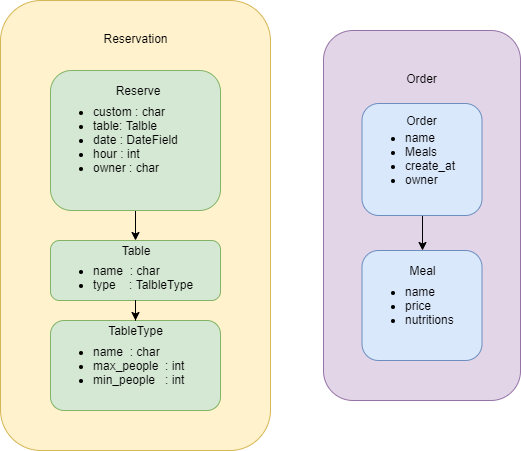
jaywang-EE/664_evergreenPOS keeps this draw.io diagram as dateset/discription.png. Above is the earlier version. Source tidied: cells renumbered, new cells last; positions are measured from the earlier drawing's top-left corner, leaving out a move shared by most shapes.
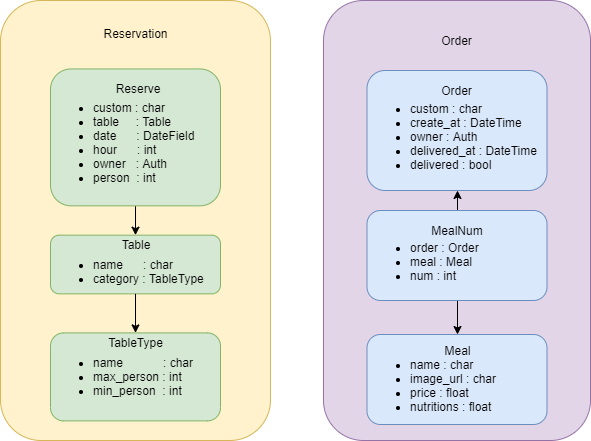
After the change.

Diff of the diagram source:
```diff
@@ -3,16 +3,16 @@
     <mxCell id="0" />
     <mxCell id="1" parent="0" />
     <mxCell id="2" style="group;" parent="1" vertex="1">
-      <mxGeometry width="270" height="450" as="geometry" />
+      <mxGeometry width="270" height="440" as="geometry" />
     </mxCell>
     <mxCell id="3" value="Reservation&lt;br&gt;&lt;br&gt;&lt;br&gt;&lt;br&gt;&lt;br&gt;&lt;br&gt;&lt;br&gt;&lt;br&gt;&lt;br&gt;&lt;br&gt;&lt;br&gt;&lt;br&gt;&lt;br&gt;&lt;br&gt;&lt;br&gt;&lt;br&gt;&lt;br&gt;&lt;br&gt;&lt;br&gt;&lt;br&gt;&lt;br&gt;&lt;br&gt;&lt;br&gt;&lt;br&gt;&lt;br&gt;&lt;br&gt;&lt;br&gt;" style="rounded=1;whiteSpace=wrap;html=1;fillColor=#fff2cc;strokeColor=#d6b656;" parent="2" vertex="1">
-      <mxGeometry width="270" height="450" as="geometry" />
+      <mxGeometry width="270" height="440" as="geometry" />
     </mxCell>
-    <mxCell id="4" value="&lt;div&gt;&lt;br&gt;&lt;/div&gt;&lt;ul&gt;&lt;li&gt;name&amp;nbsp; : char&lt;/li&gt;&lt;li&gt;type&amp;nbsp; &amp;nbsp; : TalbleType&lt;/li&gt;&lt;/ul&gt;" style="rounded=1;whiteSpace=wrap;html=1;align=left;fillColor=#d5e8d4;strokeColor=#82b366;" parent="2" vertex="1">
-      <mxGeometry x="50" y="240" width="170" height="60" as="geometry" />
+    <mxCell id="4" value="&lt;div&gt;&lt;br&gt;&lt;/div&gt;&lt;ul&gt;&lt;li&gt;name&amp;nbsp; &amp;nbsp; &amp;nbsp; : char&lt;/li&gt;&lt;li&gt;category : TableType&lt;/li&gt;&lt;/ul&gt;" style="rounded=1;whiteSpace=wrap;html=1;align=left;fillColor=#d5e8d4;strokeColor=#82b366;" parent="2" vertex="1">
+      <mxGeometry x="50" y="234.7" width="170" height="58.7" as="geometry" />
     </mxCell>
-    <mxCell id="5" value="&lt;ul&gt;&lt;li&gt;name&amp;nbsp; : char&lt;/li&gt;&lt;li&gt;max_people&amp;nbsp; : int&lt;/li&gt;&lt;li&gt;min_people&amp;nbsp; &amp;nbsp;: int&lt;/li&gt;&lt;/ul&gt;" style="rounded=1;whiteSpace=wrap;html=1;align=left;fillColor=#d5e8d4;strokeColor=#82b366;" parent="2" vertex="1">
-      <mxGeometry x="50" y="320" width="170" height="90" as="geometry" />
+    <mxCell id="5" value="&lt;ul&gt;&lt;li&gt;name&amp;nbsp; &amp;nbsp; &amp;nbsp; &amp;nbsp; &amp;nbsp; &amp;nbsp; : char&lt;/li&gt;&lt;li&gt;max_person : int&lt;/li&gt;&lt;li&gt;min_person&amp;nbsp; : int&lt;/li&gt;&lt;/ul&gt;" style="rounded=1;whiteSpace=wrap;html=1;align=left;fillColor=#d5e8d4;strokeColor=#82b366;" parent="2" vertex="1">
+      <mxGeometry x="50" y="332.4" width="170" height="88" as="geometry" />
     </mxCell>
     <mxCell id="6" style="edgeStyle=orthogonalEdgeStyle;rounded=0;jettySize=auto;html=1;" parent="2" edge="1" source="4" target="5">
       <mxGeometry relative="1" as="geometry" />
@@ -20,38 +20,47 @@
     <mxCell id="7" style="edgeStyle=orthogonalEdgeStyle;rounded=0;jettySize=auto;html=1;" parent="2" edge="1" source="8" target="4">
       <mxGeometry relative="1" as="geometry" />
     </mxCell>
-    <mxCell id="8" value="&lt;ul&gt;&lt;li&gt;custom : char&lt;/li&gt;&lt;li&gt;table: Talble&lt;/li&gt;&lt;li&gt;date : DateField&lt;/li&gt;&lt;li&gt;hour : int&lt;/li&gt;&lt;li&gt;owner : char&lt;/li&gt;&lt;/ul&gt;" style="rounded=1;whiteSpace=wrap;html=1;align=left;fillColor=#d5e8d4;strokeColor=#82b366;" parent="2" vertex="1">
-      <mxGeometry x="50" y="70" width="170" height="140" as="geometry" />
+    <mxCell id="8" value="&lt;div&gt;&lt;br&gt;&lt;/div&gt;&lt;ul&gt;&lt;li&gt;custom : char&lt;/li&gt;&lt;li&gt;table&amp;nbsp; &amp;nbsp; &amp;nbsp;: Table&lt;/li&gt;&lt;li&gt;date&amp;nbsp; &amp;nbsp; &amp;nbsp; : DateField&lt;/li&gt;&lt;li&gt;hour&amp;nbsp; &amp;nbsp; &amp;nbsp; : int&lt;/li&gt;&lt;li&gt;owner&amp;nbsp; &amp;nbsp;: Auth&lt;/li&gt;&lt;li&gt;person&amp;nbsp; : int&lt;br&gt;&lt;/li&gt;&lt;/ul&gt;" style="rounded=1;whiteSpace=wrap;html=1;align=left;fillColor=#d5e8d4;strokeColor=#82b366;" parent="2" vertex="1">
+      <mxGeometry x="50" y="68.4" width="170" height="136.9" as="geometry" />
     </mxCell>
     <mxCell id="9" value="Reserve" style="text;html=1;strokeColor=none;fillColor=none;align=center;verticalAlign=middle;whiteSpace=wrap;rounded=0;" parent="2" vertex="1">
-      <mxGeometry x="95" y="80" width="85" height="20" as="geometry" />
+      <mxGeometry x="95" y="78.2" width="85" height="19.6" as="geometry" />
     </mxCell>
     <mxCell id="10" value="Table" style="text;html=1;strokeColor=none;fillColor=none;align=center;verticalAlign=middle;whiteSpace=wrap;rounded=0;" parent="2" vertex="1">
-      <mxGeometry x="92.5" y="240" width="85" height="20" as="geometry" />
+      <mxGeometry x="92.5" y="234.7" width="85" height="19.6" as="geometry" />
     </mxCell>
     <mxCell id="11" value="TableType" style="text;html=1;strokeColor=none;fillColor=none;align=center;verticalAlign=middle;whiteSpace=wrap;rounded=0;" parent="2" vertex="1">
-      <mxGeometry x="92.5" y="320" width="85" height="20" as="geometry" />
+      <mxGeometry x="92.5" y="332.4" width="85" height="19.6" as="geometry" />
     </mxCell>
-    <mxCell id="12" style="group;" parent="1" vertex="1">
-      <mxGeometry x="323" y="30" width="197" height="370" as="geometry" />
-    </mxCell>
-    <mxCell id="13" value="Order&lt;br&gt;&lt;br&gt;&lt;br&gt;&lt;br&gt;&lt;br&gt;&lt;br&gt;&lt;br&gt;&lt;br&gt;&lt;br&gt;&lt;br&gt;&lt;br&gt;&lt;br&gt;&lt;br&gt;&lt;br&gt;&lt;br&gt;&lt;br&gt;&lt;br&gt;&lt;br&gt;&lt;br&gt;&lt;br&gt;" style="rounded=1;whiteSpace=wrap;html=1;fillColor=#e1d5e7;strokeColor=#9673a6;" parent="12" vertex="1">
-      <mxGeometry width="197" height="370" as="geometry" />
+    <mxCell id="13" value="Order&lt;br&gt;&lt;br&gt;&lt;br&gt;&lt;br&gt;&lt;br&gt;&lt;br&gt;&lt;br&gt;&lt;br&gt;&lt;br&gt;&lt;br&gt;&lt;br&gt;&lt;br&gt;&lt;br&gt;&lt;br&gt;&lt;br&gt;&lt;br&gt;&lt;br&gt;&lt;br&gt;&lt;br&gt;&lt;br&gt;&lt;br&gt;&lt;br&gt;&lt;br&gt;&lt;br&gt;&lt;br&gt;&lt;br&gt;" style="rounded=1;whiteSpace=wrap;html=1;fillColor=#e1d5e7;strokeColor=#9673a6;" parent="1" vertex="1">
+      <mxGeometry x="323" width="267" height="440" as="geometry" />
     </mxCell>
+    <mxCell id="17" value="&lt;div&gt;&lt;br&gt;&lt;/div&gt;&lt;ul&gt;&lt;li&gt;custom : char&lt;/li&gt;&lt;li&gt;&lt;span&gt;create_at : DateTime&lt;/span&gt;&lt;br&gt;&lt;/li&gt;&lt;li&gt;owner : Auth&lt;/li&gt;&lt;li&gt;delivered_at : DateTime&lt;br&gt;&lt;/li&gt;&lt;li&gt;delivered : bool&lt;br&gt;&lt;/li&gt;&lt;/ul&gt;" style="rounded=1;whiteSpace=wrap;html=1;fillColor=#dae8fc;strokeColor=#6c8ebf;align=left;" parent="1" vertex="1">
+      <mxGeometry x="366.5" y="70" width="180" height="120" as="geometry" />
+    </mxCell>
+    <mxCell id="18" value="Order" style="text;html=1;strokeColor=none;fillColor=none;align=center;verticalAlign=middle;whiteSpace=wrap;rounded=0;" parent="1" vertex="1">
+      <mxGeometry x="436.5" y="80" width="40" height="20" as="geometry" />
+    </mxCell>
+    <mxCell id="19" style="group;" parent="1" vertex="1">
+      <mxGeometry x="366.5" y="334" width="180" height="90" as="geometry" />
+    </mxCell>
-    <mxCell id="14" value="&lt;ul&gt;&lt;li&gt;name&lt;/li&gt;&lt;li&gt;price&lt;/li&gt;&lt;li&gt;nutritions&lt;/li&gt;&lt;/ul&gt;" style="rounded=1;whiteSpace=wrap;html=1;fillColor=#dae8fc;strokeColor=#6c8ebf;align=left;" parent="12" vertex="1">
-      <mxGeometry x="38.5" y="220" width="120" height="110" as="geometry" />
+    <mxCell id="14" value="&lt;div&gt;&lt;br&gt;&lt;/div&gt;&lt;ul&gt;&lt;li&gt;name : char&lt;/li&gt;&lt;li&gt;image_url : char&lt;br&gt;&lt;/li&gt;&lt;li&gt;price : float&lt;/li&gt;&lt;li&gt;nutritions : float&lt;/li&gt;&lt;/ul&gt;" style="rounded=1;whiteSpace=wrap;html=1;fillColor=#dae8fc;strokeColor=#6c8ebf;align=left;" parent="19" vertex="1">
+      <mxGeometry width="180" height="90" as="geometry" />
     </mxCell>
-    <mxCell id="15" value="Meal" style="text;html=1;strokeColor=none;fillColor=none;align=center;verticalAlign=middle;whiteSpace=wrap;rounded=0;" parent="12" vertex="1">
-      <mxGeometry x="78.5" y="230" width="40" height="20" as="geometry" />
+    <mxCell id="15" value="Meal" style="text;html=1;strokeColor=none;fillColor=none;align=center;verticalAlign=middle;whiteSpace=wrap;rounded=0;" parent="19" vertex="1">
+      <mxGeometry x="66" y="6" width="48" height="20" as="geometry" />
     </mxCell>
-    <mxCell id="16" style="edgeStyle=orthogonalEdgeStyle;rounded=0;jettySize=auto;html=1;" parent="12" edge="1" source="17" target="14">
-      <mxGeometry relative="1" as="geometry" />
-    </mxCell>
-    <mxCell id="17" value="&lt;ul&gt;&lt;li&gt;name&lt;/li&gt;&lt;li&gt;Meals&lt;/li&gt;&lt;li&gt;create_at&lt;/li&gt;&lt;li&gt;owner&lt;/li&gt;&lt;/ul&gt;" style="rounded=1;whiteSpace=wrap;html=1;fillColor=#dae8fc;strokeColor=#6c8ebf;align=left;" parent="12" vertex="1">
-      <mxGeometry x="38.5" y="73" width="120" height="112" as="geometry" />
-    </mxCell>
-    <mxCell id="18" value="Order" style="text;html=1;strokeColor=none;fillColor=none;align=center;verticalAlign=middle;whiteSpace=wrap;rounded=0;" parent="12" vertex="1">
-      <mxGeometry x="78.5" y="80" width="40" height="20" as="geometry" />
-    </mxCell>
+    <mxCell id="20" style="edgeStyle=orthogonalEdgeStyle;rounded=0;jettySize=auto;html=1;exitX=0.5;exitY=1;exitDx=0;exitDy=0;entryX=0.5;entryY=0;entryDx=0;entryDy=0;" parent="1" edge="1" source="22" target="14">
+      <mxGeometry relative="1" as="geometry" />
+    </mxCell>
+    <mxCell id="21" style="edgeStyle=orthogonalEdgeStyle;rounded=0;jettySize=auto;html=1;exitX=0.5;exitY=0;exitDx=0;exitDy=0;entryX=0.5;entryY=1;entryDx=0;entryDy=0;" parent="1" edge="1" source="22" target="17">
+      <mxGeometry relative="1" as="geometry" />
+    </mxCell>
+    <mxCell id="22" value="&lt;div&gt;&lt;br&gt;&lt;/div&gt;&lt;ul&gt;&lt;li&gt;order : Order&lt;/li&gt;&lt;li&gt;meal : Meal&lt;/li&gt;&lt;li&gt;num : int&lt;/li&gt;&lt;/ul&gt;" style="rounded=1;whiteSpace=wrap;html=1;fillColor=#dae8fc;strokeColor=#6c8ebf;align=left;" parent="1" vertex="1">
+      <mxGeometry x="366.5" y="210" width="180" height="90" as="geometry" />
+    </mxCell>
+    <mxCell id="23" value="MealNum" style="text;html=1;strokeColor=none;fillColor=none;align=center;verticalAlign=middle;whiteSpace=wrap;rounded=0;" parent="1" vertex="1">
+      <mxGeometry x="435.1" y="220" width="42.9" height="20" as="geometry" />
+    </mxCell>
   </root>
 </mxGraphModel>
```
